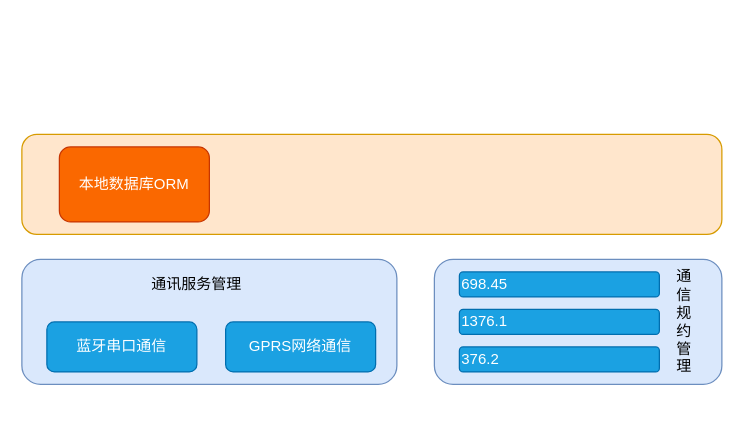
naitboy/naitboy keeps this draw.io diagram as 未命名表单.drawio. Above is the earlier version. Source tidied: cells renumbered, new cells numbered last; positions are measured from the earlier drawing's top-left corner, leaving out a move shared by most shapes. Both pictures are drawn from the tidied source at 125%, with x=0, y=0 at pixel (21, 134).
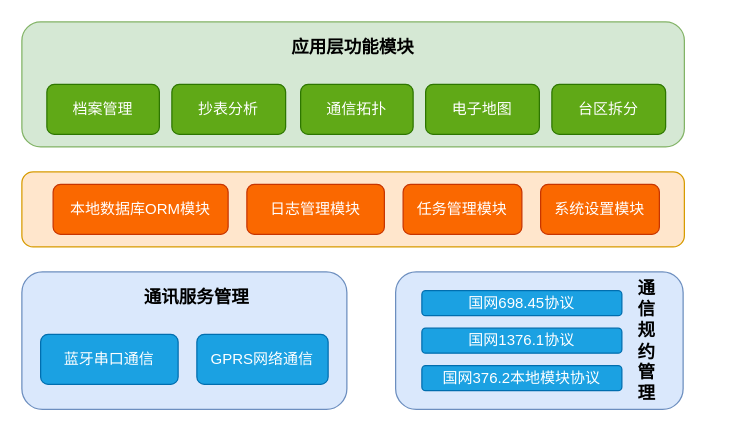
After the change.

Diff of the diagram source:
```diff
@@
     <mxCell id="2" style="rounded=1;whiteSpace=wrap;html=1;fillColor=#dae8fc;strokeColor=#6c8ebf;" parent="1" vertex="1">
-      <mxGeometry y="100" width="300" height="100" as="geometry" />
+      <mxGeometry y="110" width="260" height="110" as="geometry" />
     </mxCell>
     <mxCell id="3" value="蓝牙串口通信" style="rounded=1;whiteSpace=wrap;html=1;strokeColor=#006EAF;fillColor=#1ba1e2;fontColor=#ffffff;" parent="1" vertex="1">
-      <mxGeometry x="20" y="150" width="120" height="40" as="geometry" />
+      <mxGeometry x="15" y="160" width="110" height="40" as="geometry" />
     </mxCell>
     <mxCell id="4" value="GPRS网络通信" style="rounded=1;whiteSpace=wrap;html=1;strokeColor=#006EAF;fillColor=#1ba1e2;fontColor=#ffffff;" parent="1" vertex="1">
-      <mxGeometry x="163" y="150" width="120" height="40" as="geometry" />
+      <mxGeometry x="140" y="160" width="105" height="40" as="geometry" />
     </mxCell>
-    <mxCell id="5" value="通讯服务管理" style="text;html=1;strokeColor=none;fillColor=none;align=center;verticalAlign=middle;whiteSpace=wrap;rounded=0;" parent="1" vertex="1">
-      <mxGeometry x="95" y="110" width="90" height="20" as="geometry" />
+    <mxCell id="5" value="通讯服务管理" style="text;html=1;strokeColor=none;fillColor=none;align=center;verticalAlign=middle;whiteSpace=wrap;rounded=0;fontSize=14;fontStyle=1;" parent="1" vertex="1">
+      <mxGeometry x="95" y="120" width="90" height="20" as="geometry" />
     </mxCell>
     <mxCell id="6" style="rounded=1;whiteSpace=wrap;html=1;fillColor=#dae8fc;strokeColor=#6c8ebf;" parent="1" vertex="1">
-      <mxGeometry x="330" y="100" width="230" height="100" as="geometry" />
+      <mxGeometry x="299" y="110" width="230" height="110" as="geometry" />
     </mxCell>
-    <mxCell id="7" value="698.45" style="rounded=1;whiteSpace=wrap;html=1;strokeColor=#006EAF;fillColor=#1ba1e2;fontColor=#ffffff;align=left;" parent="1" vertex="1">
-      <mxGeometry x="350" y="110" width="160" height="20" as="geometry" />
+    <mxCell id="7" value="国网698.45协议" style="rounded=1;whiteSpace=wrap;html=1;strokeColor=#006EAF;fillColor=#1ba1e2;fontColor=#ffffff;align=center;" parent="1" vertex="1">
+      <mxGeometry x="320" y="125" width="160" height="20" as="geometry" />
     </mxCell>
-    <mxCell id="8" value="&lt;div style=&quot;text-align: left&quot;&gt;&lt;span&gt;通信规约管理&lt;/span&gt;&lt;/div&gt;" style="text;html=1;strokeColor=none;fillColor=none;align=center;verticalAlign=middle;whiteSpace=wrap;rounded=0;horizontal=0;fontColor=#000000;labelPosition=center;verticalLabelPosition=middle;rotation=90;" parent="1" vertex="1">
-      <mxGeometry x="480" y="145" width="100" height="10" as="geometry" />
+    <mxCell id="8" value="&lt;div style=&quot;text-align: left; font-size: 14px;&quot;&gt;&lt;span style=&quot;font-size: 14px;&quot;&gt;通信规约管理&lt;/span&gt;&lt;/div&gt;" style="text;html=1;strokeColor=none;fillColor=none;align=center;verticalAlign=middle;whiteSpace=wrap;rounded=0;horizontal=0;fontColor=#000000;labelPosition=center;verticalLabelPosition=middle;rotation=90;fontSize=14;fontStyle=1;" parent="1" vertex="1">
+      <mxGeometry x="450" y="160" width="100" height="10" as="geometry" />
     </mxCell>
-    <mxCell id="9" value="1376.1" style="rounded=1;whiteSpace=wrap;html=1;strokeColor=#006EAF;fillColor=#1ba1e2;fontColor=#ffffff;align=left;" parent="1" vertex="1">
-      <mxGeometry x="350" y="140" width="160" height="20" as="geometry" />
+    <mxCell id="9" value="国网1376.1协议" style="rounded=1;whiteSpace=wrap;html=1;strokeColor=#006EAF;fillColor=#1ba1e2;fontColor=#ffffff;align=center;" parent="1" vertex="1">
+      <mxGeometry x="320" y="155" width="160" height="20" as="geometry" />
     </mxCell>
-    <mxCell id="10" value="376.2" style="rounded=1;whiteSpace=wrap;html=1;strokeColor=#006EAF;fillColor=#1ba1e2;fontColor=#ffffff;align=left;" parent="1" vertex="1">
-      <mxGeometry x="350" y="170" width="160" height="20" as="geometry" />
+    <mxCell id="10" value="国网376.2本地模块协议" style="rounded=1;whiteSpace=wrap;html=1;strokeColor=#006EAF;fillColor=#1ba1e2;fontColor=#ffffff;align=center;" parent="1" vertex="1">
+      <mxGeometry x="320" y="185" width="160" height="20" as="geometry" />
     </mxCell>
     <mxCell id="11" style="rounded=1;whiteSpace=wrap;html=1;align=left;fillColor=#ffe6cc;strokeColor=#d79b00;" parent="1" vertex="1">
-      <mxGeometry width="560" height="80" as="geometry" />
+      <mxGeometry y="30" width="530" height="60" as="geometry" />
     </mxCell>
-    <mxCell id="12" value="&lt;div style=&quot;text-align: center&quot;&gt;&lt;span&gt;本地数据库ORM&lt;/span&gt;&lt;/div&gt;" style="rounded=1;whiteSpace=wrap;html=1;fontColor=#ffffff;align=center;strokeColor=#C73500;fillColor=#fa6800;" parent="1" vertex="1">
-      <mxGeometry x="30" y="10" width="120" height="60" as="geometry" />
+    <mxCell id="12" value="&lt;div style=&quot;text-align: center&quot;&gt;&lt;span&gt;本地数据库ORM模块&lt;/span&gt;&lt;/div&gt;" style="rounded=1;whiteSpace=wrap;html=1;fontColor=#ffffff;align=center;strokeColor=#C73500;fillColor=#fa6800;" parent="1" vertex="1">
+      <mxGeometry x="25" y="40" width="140" height="40" as="geometry" />
     </mxCell>
+    <mxCell id="13" value="&lt;div style=&quot;text-align: center&quot;&gt;&lt;span&gt;日志管理模块&lt;/span&gt;&lt;/div&gt;" style="rounded=1;whiteSpace=wrap;html=1;fontColor=#ffffff;align=center;strokeColor=#C73500;fillColor=#fa6800;" parent="1" vertex="1">
+      <mxGeometry x="180" y="40" width="110" height="40" as="geometry" />
+    </mxCell>
+    <mxCell id="14" value="&lt;div style=&quot;text-align: center&quot;&gt;&lt;span&gt;系统设置模块&lt;/span&gt;&lt;/div&gt;" style="rounded=1;whiteSpace=wrap;html=1;fontColor=#ffffff;align=center;strokeColor=#C73500;fillColor=#fa6800;" parent="1" vertex="1">
+      <mxGeometry x="415" y="40" width="95" height="40" as="geometry" />
+    </mxCell>
+    <mxCell id="15" style="rounded=1;whiteSpace=wrap;html=1;fillColor=#d5e8d4;strokeColor=#82b366;" parent="1" vertex="1">
+      <mxGeometry y="-90" width="530" height="100" as="geometry" />
+    </mxCell>
+    <mxCell id="16" value="档案管理" style="rounded=1;whiteSpace=wrap;html=1;strokeColor=#2D7600;fillColor=#60a917;fontColor=#ffffff;" parent="1" vertex="1">
+      <mxGeometry x="20" y="-40" width="90" height="40" as="geometry" />
+    </mxCell>
+    <mxCell id="17" value="抄表分析" style="rounded=1;whiteSpace=wrap;html=1;strokeColor=#2D7600;fillColor=#60a917;fontColor=#ffffff;" parent="1" vertex="1">
+      <mxGeometry x="120" y="-40" width="91" height="40" as="geometry" />
+    </mxCell>
+    <mxCell id="18" value="应用层功能模块" style="text;html=1;strokeColor=none;fillColor=none;align=center;verticalAlign=middle;whiteSpace=wrap;rounded=0;fontSize=14;fontStyle=1;" parent="1" vertex="1">
+      <mxGeometry x="205" y="-80" width="120" height="20" as="geometry" />
+    </mxCell>
+    <mxCell id="19" value="电子地图" style="rounded=1;whiteSpace=wrap;html=1;strokeColor=#2D7600;fillColor=#60a917;fontColor=#ffffff;" parent="1" vertex="1">
+      <mxGeometry x="323" y="-40" width="91" height="40" as="geometry" />
+    </mxCell>
+    <mxCell id="20" value="通信拓扑" style="rounded=1;whiteSpace=wrap;html=1;strokeColor=#2D7600;fillColor=#60a917;fontColor=#ffffff;" parent="1" vertex="1">
+      <mxGeometry x="223" y="-40" width="90" height="40" as="geometry" />
+    </mxCell>
+    <mxCell id="21" value="台区拆分" style="rounded=1;whiteSpace=wrap;html=1;strokeColor=#2D7600;fillColor=#60a917;fontColor=#ffffff;" parent="1" vertex="1">
+      <mxGeometry x="424" y="-40" width="91" height="40" as="geometry" />
+    </mxCell>
+    <mxCell id="22" value="&lt;div style=&quot;text-align: center&quot;&gt;&lt;span&gt;任务管理模块&lt;/span&gt;&lt;/div&gt;" style="rounded=1;whiteSpace=wrap;html=1;fontColor=#ffffff;align=center;strokeColor=#C73500;fillColor=#fa6800;" parent="1" vertex="1">
+      <mxGeometry x="305" y="40" width="95" height="40" as="geometry" />
+    </mxCell>
```
